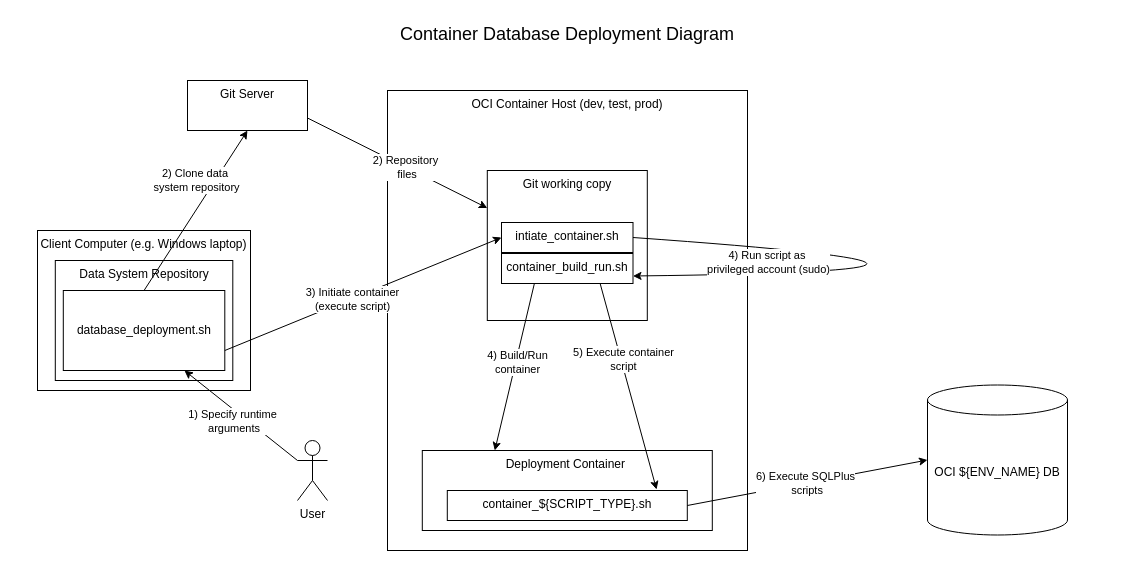
This is diagrams/container_database_deployment_diagram.drawio from noaa-pifsc/pifsc-oracle-docker-deployments, a draw.io file, before an edit. Source tidied: cells renumbered, new cells numbered last; positions are measured from the earlier drawing's top-left corner, leaving out a move shared by most shapes. Both pictures are drawn from the tidied source at 100%, with x=0, y=0 at pixel (17, 17).
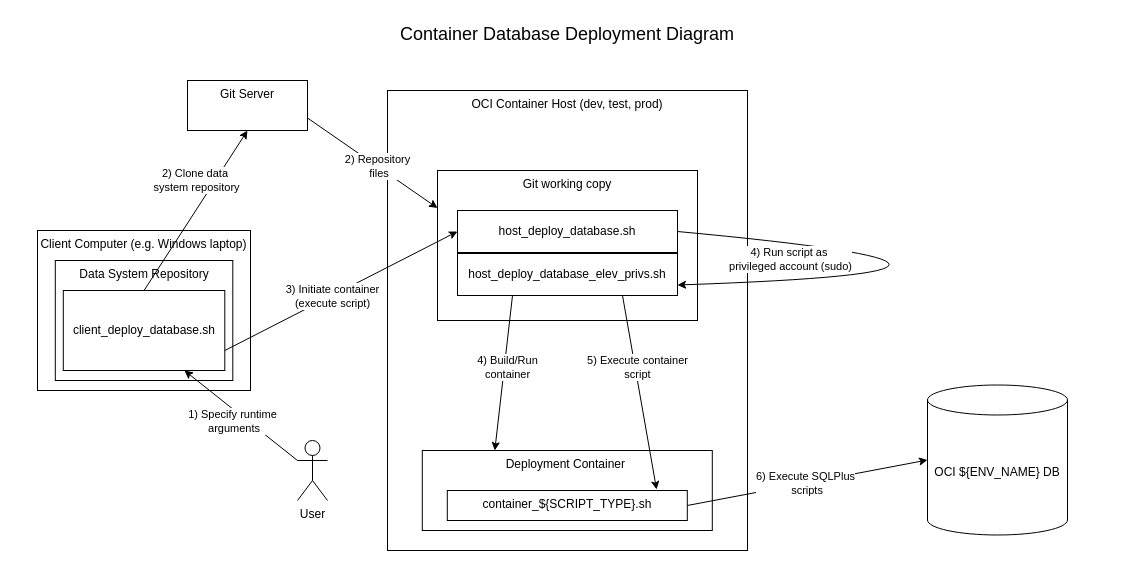
After the change.

The edit, as a diff of the source:
```diff
@@
-    <mxCell id="7" value="database_deployment.sh" style="rounded=0;whiteSpace=wrap;html=1;" parent="1" vertex="1">
+    <mxCell id="7" value="client_deploy_database.sh" style="rounded=0;whiteSpace=wrap;html=1;" parent="1" vertex="1">
       <mxGeometry x="45.8" y="273" width="161.5" height="80" as="geometry" />
     </mxCell>
@@
     <mxCell id="11" value="&lt;div&gt;&lt;span style=&quot;background-color: transparent; color: light-dark(rgb(0, 0, 0), rgb(255, 255, 255));&quot;&gt;Git working copy&lt;/span&gt;&lt;/div&gt;" style="rounded=0;whiteSpace=wrap;html=1;verticalAlign=top;" parent="1" vertex="1">
-      <mxGeometry x="469.8" y="153" width="160" height="150" as="geometry" />
+      <mxGeometry x="420" y="153" width="260" height="150" as="geometry" />
     </mxCell>
@@
-    <mxCell id="14" value="intiate_container.sh" style="rounded=0;whiteSpace=wrap;html=1;verticalAlign=top;" parent="1" vertex="1">
-      <mxGeometry x="484" y="205" width="131.5" height="30" as="geometry" />
+    <mxCell id="14" value="host_deploy_database.sh" style="rounded=0;whiteSpace=wrap;html=1;verticalAlign=middle;" parent="1" vertex="1">
+      <mxGeometry x="440" y="193" width="220" height="42" as="geometry" />
     </mxCell>
-    <mxCell id="15" value="container_build_run.sh" style="rounded=0;whiteSpace=wrap;html=1;verticalAlign=top;" parent="1" vertex="1">
-      <mxGeometry x="484" y="236" width="131.5" height="30" as="geometry" />
+    <mxCell id="15" value="host_deploy_database_elev_privs.sh" style="rounded=0;whiteSpace=wrap;html=1;verticalAlign=middle;" parent="1" vertex="1">
+      <mxGeometry x="440" y="236" width="220" height="42" as="geometry" />
     </mxCell>
```
